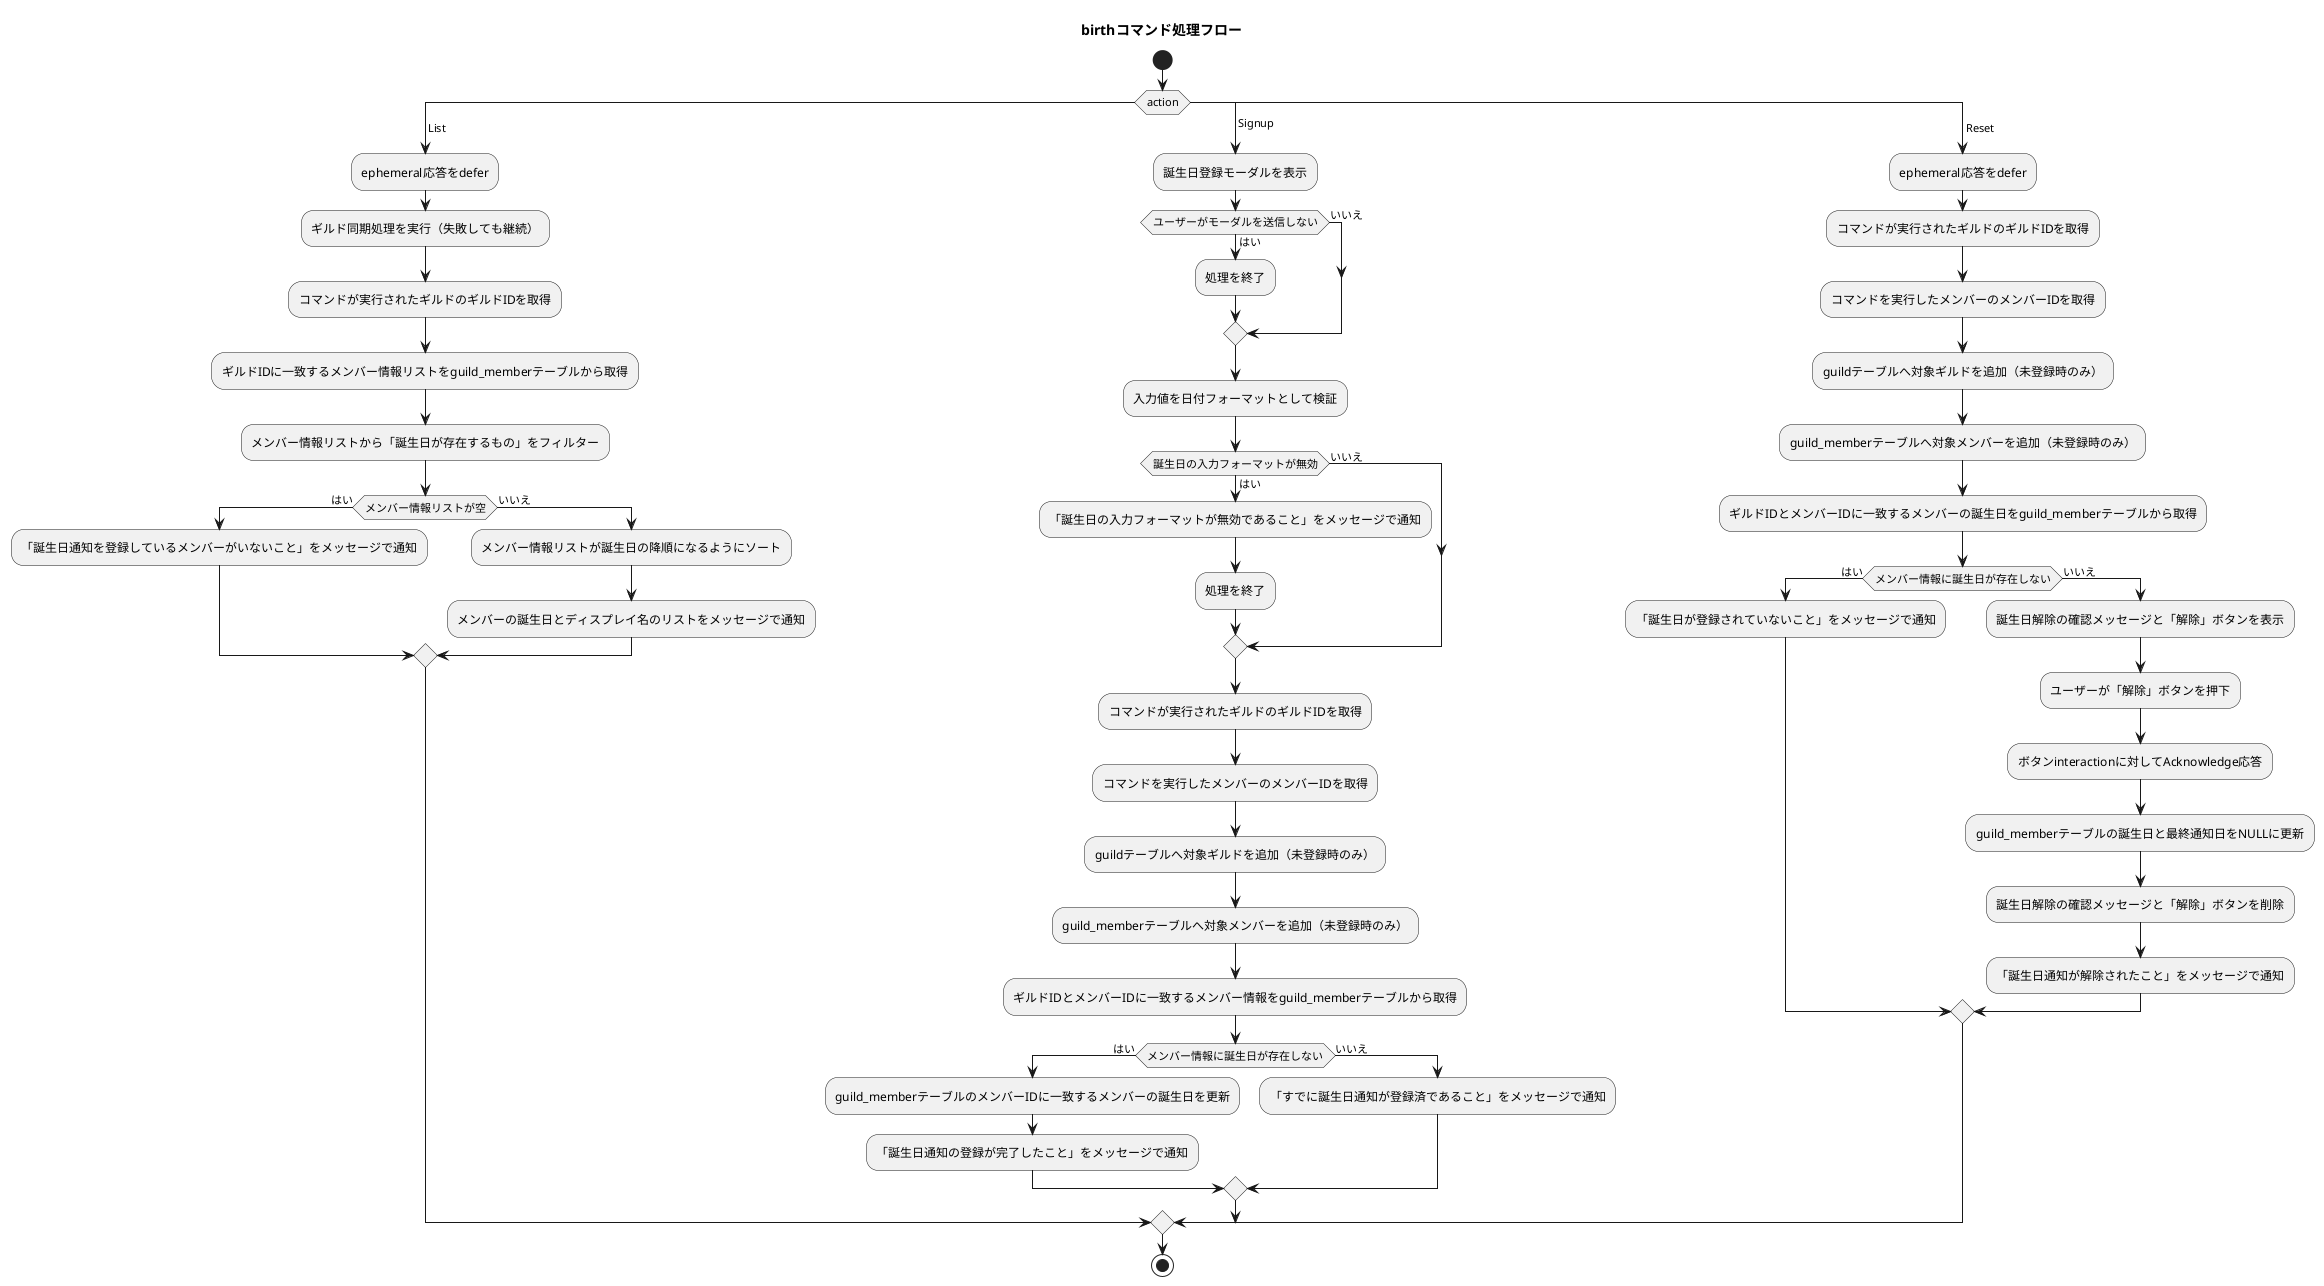
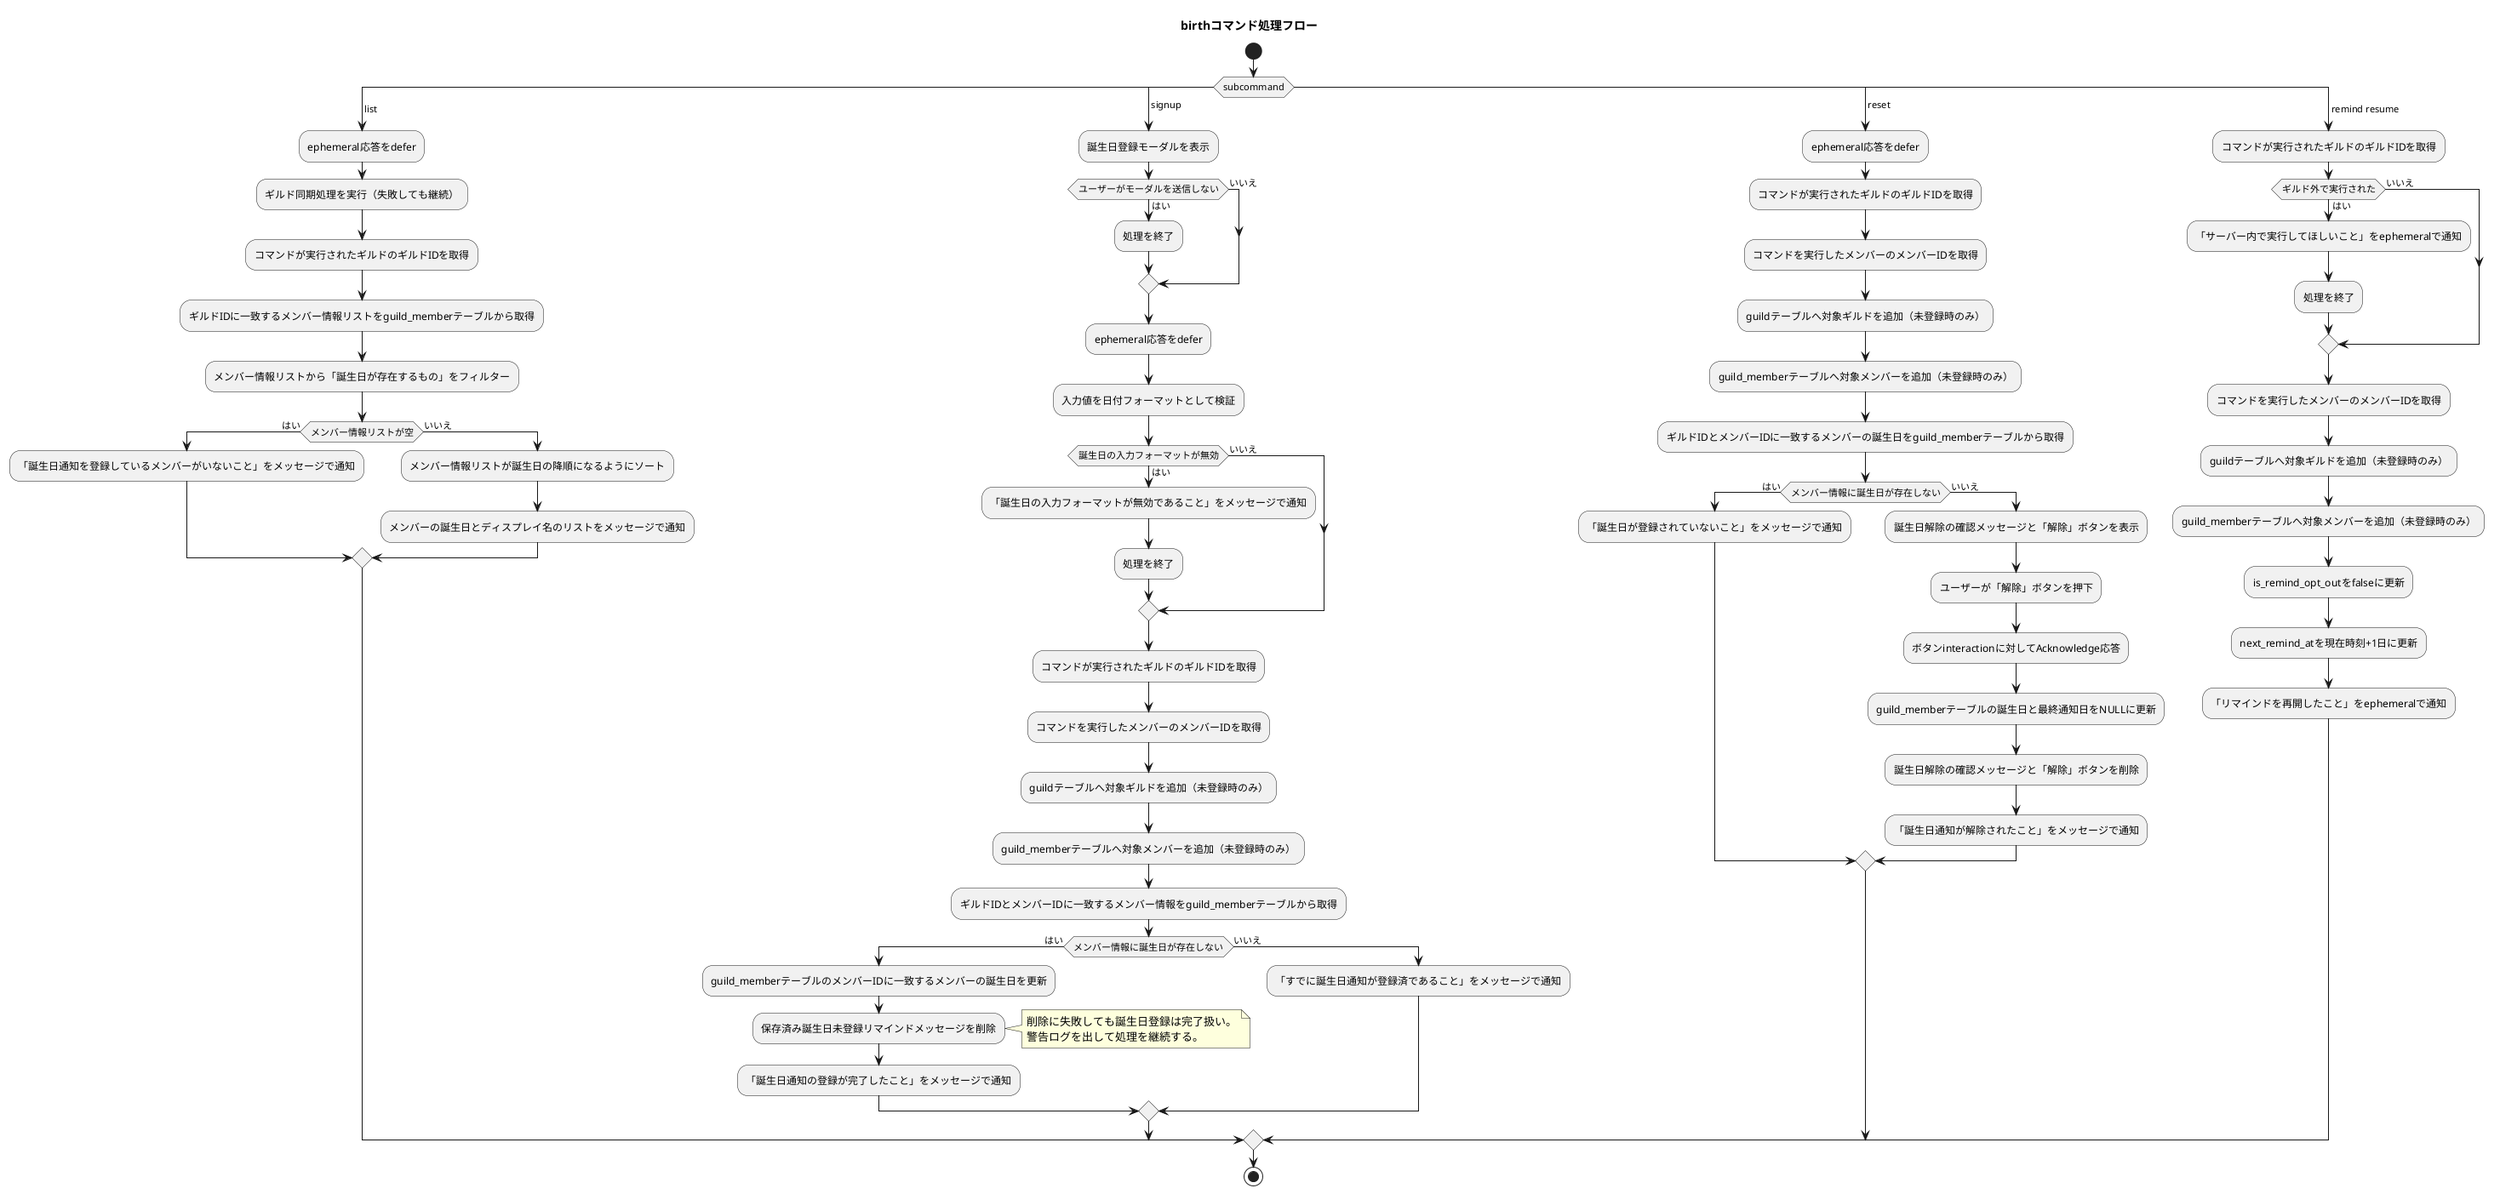
@startuml


' --- 前提となる仕様 ----------------------
' - 日時がUNIXエポック(default)である場合は、誕生日を通知しない
' - 基本的にサーバーに参加しているメンバーの誕生日通知を送信可能にできる
' ---------------------------------------

title birthコマンド処理フロー
start

- switch (action)
+ switch (subcommand)

' 誕生日通知設定リスト表示 -----------------------------------
- case ( List )
+ case ( list )
    :ephemeral応答をdefer;
    :ギルド同期処理を実行（失敗しても継続）;
    :コマンドが実行されたギルドのギルドIDを取得;
    :ギルドIDに一致するメンバー情報リストをguild_memberテーブルから取得;
    :メンバー情報リストから「誕生日が存在するもの」をフィルター;

    if (メンバー情報リストが空) is (はい) then
        :「誕生日通知を登録しているメンバーがいないこと」をメッセージで通知;
    else (いいえ)
        :メンバー情報リストが誕生日の降順になるようにソート;
        :メンバーの誕生日とディスプレイ名のリストをメッセージで通知;
    endif

' 誕生日通知設定登録 -----------------------------------
- case ( Signup )
+ case ( signup )
    :誕生日登録モーダルを表示;
    if (ユーザーがモーダルを送信しない) is (はい) then
        :処理を終了;
    else (いいえ)
    endif
+     :ephemeral応答をdefer;
    :入力値を日付フォーマットとして検証;
    if (誕生日の入力フォーマットが無効) is (はい) then
        :「誕生日の入力フォーマットが無効であること」をメッセージで通知;
        :処理を終了;
    else (いいえ)
    endif

    :コマンドが実行されたギルドのギルドIDを取得;
    :コマンドを実行したメンバーのメンバーIDを取得;
    :guildテーブルへ対象ギルドを追加（未登録時のみ）;
    :guild_memberテーブルへ対象メンバーを追加（未登録時のみ）;
    :ギルドIDとメンバーIDに一致するメンバー情報をguild_memberテーブルから取得;

    if (メンバー情報に誕生日が存在しない) is (はい) then
        :guild_memberテーブルのメンバーIDに一致するメンバーの誕生日を更新;
+         :保存済み誕生日未登録リマインドメッセージを削除;
+         note right
+           削除に失敗しても誕生日登録は完了扱い。
+           警告ログを出して処理を継続する。
+         end note
        :「誕生日通知の登録が完了したこと」をメッセージで通知;
    else (いいえ)
        :「すでに誕生日通知が登録済であること」をメッセージで通知;
    endif

' 誕生日通知設定解除 -----------------------------------
- case ( Reset )
+ case ( reset )
    :ephemeral応答をdefer;
    :コマンドが実行されたギルドのギルドIDを取得;
    :コマンドを実行したメンバーのメンバーIDを取得;
    :guildテーブルへ対象ギルドを追加（未登録時のみ）;
    :guild_memberテーブルへ対象メンバーを追加（未登録時のみ）;
    :ギルドIDとメンバーIDに一致するメンバーの誕生日をguild_memberテーブルから取得;

    if (メンバー情報に誕生日が存在しない) is (はい) then
        :「誕生日が登録されていないこと」をメッセージで通知;
    else (いいえ)
        :誕生日解除の確認メッセージと「解除」ボタンを表示;
        :ユーザーが「解除」ボタンを押下;
        :ボタンinteractionに対してAcknowledge応答;
        :guild_memberテーブルの誕生日と最終通知日をNULLに更新;
        :誕生日解除の確認メッセージと「解除」ボタンを削除;
        :「誕生日通知が解除されたこと」をメッセージで通知;
    endif

+ ' 誕生日未登録リマインド再開 -----------------------------------
+ case ( remind resume )
+     :コマンドが実行されたギルドのギルドIDを取得;
+     if (ギルド外で実行された) is (はい) then
+         :「サーバー内で実行してほしいこと」をephemeralで通知;
+         :処理を終了;
+     else (いいえ)
+     endif
+ 
+     :コマンドを実行したメンバーのメンバーIDを取得;
+     :guildテーブルへ対象ギルドを追加（未登録時のみ）;
+     :guild_memberテーブルへ対象メンバーを追加（未登録時のみ）;
+     :is_remind_opt_outをfalseに更新;
+     :next_remind_atを現在時刻+1日に更新;
+     :「リマインドを再開したこと」をephemeralで通知;
+ 
endswitch

stop

@enduml
